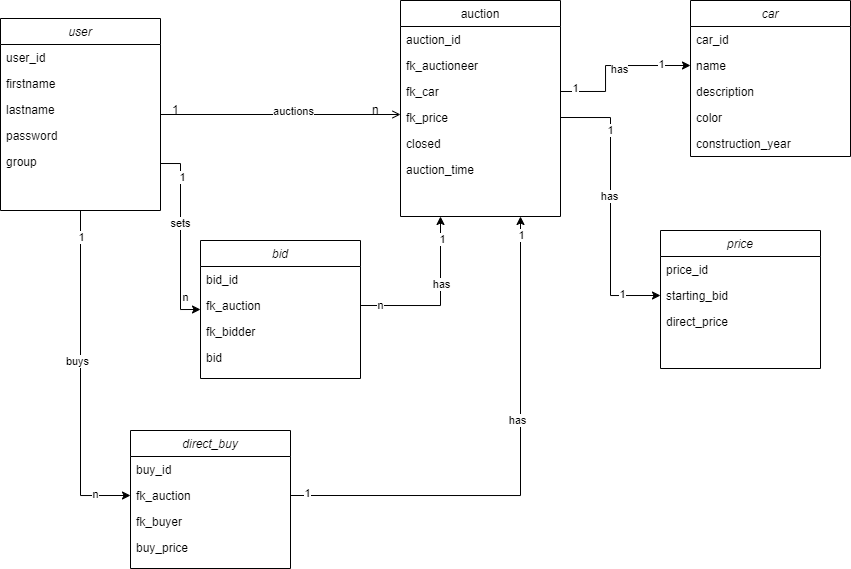
Before: doc/erd.png, a diagram exported from draw.io (NoahZiltener/M151-Project). Source tidied: cells renumbered, new cells last; positions are measured from the earlier drawing's top-left corner, leaving out a move shared by most shapes. Source of this version:
```xml
<mxGraphModel>
  <root>
    <mxCell id="0" />
    <mxCell id="1" parent="0" />
    <mxCell id="2" style="edgeStyle=orthogonalEdgeStyle;rounded=0;jettySize=auto;html=1;exitX=0.5;exitY=1;exitDx=0;exitDy=0;entryX=0;entryY=0.5;entryDx=0;entryDy=0;" parent="1" edge="1" source="6" target="40">
      <mxGeometry relative="1" as="geometry" />
    </mxCell>
    <mxCell id="3" value="1" style="edgeLabel;html=1;align=center;verticalAlign=middle;" parent="2" vertex="1">
      <mxGeometry x="-0.84" y="1" relative="1" as="geometry" />
    </mxCell>
    <mxCell id="4" value="n" style="edgeLabel;html=1;align=center;verticalAlign=middle;" parent="2" vertex="1">
      <mxGeometry x="0.79" y="1" relative="1" as="geometry" />
    </mxCell>
    <mxCell id="5" value="buys" style="edgeLabel;html=1;align=center;verticalAlign=middle;" parent="2" vertex="1">
      <mxGeometry x="-0.1" y="-3" relative="1" as="geometry" />
    </mxCell>
    <mxCell id="6" value="user" style="swimlane;fontStyle=2;align=center;verticalAlign=top;horizontal=1;startSize=26;rounded=0;shadow=0;strokeWidth=1;" parent="1" vertex="1">
      <mxGeometry y="18" width="160" height="192" as="geometry" />
    </mxCell>
    <mxCell id="7" value="user_id" style="text;align=left;verticalAlign=top;spacingLeft=4;spacingRight=4;overflow=hidden;rounded=0;shadow=0;html=0;" parent="6" vertex="1">
      <mxGeometry y="26" width="160" height="26" as="geometry" />
    </mxCell>
    <mxCell id="8" value="firstname" style="text;align=left;verticalAlign=top;spacingLeft=4;spacingRight=4;overflow=hidden;" parent="6" vertex="1">
      <mxGeometry y="52" width="160" height="26" as="geometry" />
    </mxCell>
    <mxCell id="9" value="lastname" style="text;align=left;verticalAlign=top;spacingLeft=4;spacingRight=4;overflow=hidden;rounded=0;shadow=0;html=0;" parent="6" vertex="1">
      <mxGeometry y="78" width="160" height="26" as="geometry" />
    </mxCell>
    <mxCell id="10" value="password" style="text;align=left;verticalAlign=top;spacingLeft=4;spacingRight=4;overflow=hidden;rounded=0;shadow=0;html=0;" parent="6" vertex="1">
      <mxGeometry y="104" width="160" height="26" as="geometry" />
    </mxCell>
    <mxCell id="11" value="group" style="text;align=left;verticalAlign=top;spacingLeft=4;spacingRight=4;overflow=hidden;points=[[0,0.5],[1,0.5]];portConstraint=eastwest;rounded=0;shadow=0;html=0;" parent="6" vertex="1">
      <mxGeometry y="130" width="160" height="30" as="geometry" />
    </mxCell>
    <mxCell id="12" value="auction" style="swimlane;fontStyle=0;align=center;verticalAlign=top;horizontal=1;startSize=26;rounded=0;shadow=0;strokeWidth=1;" parent="1" vertex="1">
      <mxGeometry x="400" width="160" height="216" as="geometry" />
    </mxCell>
    <mxCell id="13" value="auction_id" style="text;align=left;verticalAlign=top;spacingLeft=4;spacingRight=4;overflow=hidden;" parent="12" vertex="1">
      <mxGeometry y="26" width="160" height="26" as="geometry" />
    </mxCell>
    <mxCell id="14" value="fk_auctioneer" style="text;align=left;verticalAlign=top;spacingLeft=4;spacingRight=4;overflow=hidden;rounded=0;shadow=0;html=0;" parent="12" vertex="1">
      <mxGeometry y="52" width="160" height="26" as="geometry" />
    </mxCell>
    <mxCell id="15" value="fk_car" style="text;align=left;verticalAlign=top;spacingLeft=4;spacingRight=4;overflow=hidden;points=[[0,0.5],[1,0.5]];portConstraint=eastwest;rounded=0;shadow=0;html=0;" parent="12" vertex="1">
      <mxGeometry y="78" width="160" height="26" as="geometry" />
    </mxCell>
    <mxCell id="16" value="fk_price" style="text;align=left;verticalAlign=top;spacingLeft=4;spacingRight=4;overflow=hidden;points=[[0,0.5],[1,0.5]];portConstraint=eastwest;rounded=0;shadow=0;html=0;" parent="12" vertex="1">
      <mxGeometry y="104" width="160" height="26" as="geometry" />
    </mxCell>
    <mxCell id="17" value="closed" style="text;align=left;verticalAlign=top;spacingLeft=4;spacingRight=4;overflow=hidden;rounded=0;shadow=0;html=0;" parent="12" vertex="1">
      <mxGeometry y="130" width="160" height="26" as="geometry" />
    </mxCell>
    <mxCell id="18" value="auction_time" style="text;align=left;verticalAlign=top;spacingLeft=4;spacingRight=4;overflow=hidden;rounded=0;shadow=0;html=0;" parent="12" vertex="1">
      <mxGeometry y="156" width="160" height="26" as="geometry" />
    </mxCell>
    <mxCell id="19" style="endArrow=open;shadow=0;strokeWidth=1;rounded=0;endFill=1;edgeStyle=elbowEdgeStyle;elbow=vertical;" parent="1" edge="1" source="6" target="12">
      <mxGeometry x="0.5" y="41" relative="1" as="geometry">
        <mxPoint x="-40" y="32" as="offset" />
      </mxGeometry>
    </mxCell>
    <mxCell id="20" value="1" style="align=left;verticalAlign=bottom;labelBackgroundColor=none;fontSize=12;" parent="19" vertex="1">
      <mxGeometry x="-1" relative="1" as="geometry">
        <mxPoint x="10" y="4" as="offset" />
      </mxGeometry>
    </mxCell>
    <mxCell id="21" value="n" style="align=right;verticalAlign=bottom;labelBackgroundColor=none;fontSize=12;" parent="19" vertex="1">
      <mxGeometry x="1" relative="1" as="geometry">
        <mxPoint x="-20" y="4" as="offset" />
      </mxGeometry>
    </mxCell>
    <mxCell id="22" value="auctions" style="edgeLabel;html=1;align=center;verticalAlign=middle;" parent="19" vertex="1">
      <mxGeometry x="0.11" y="3" relative="1" as="geometry" />
    </mxCell>
    <mxCell id="23" value="car" style="swimlane;fontStyle=2;align=center;verticalAlign=top;horizontal=1;startSize=26;rounded=0;shadow=0;strokeWidth=1;" parent="1" vertex="1">
      <mxGeometry x="690" width="160" height="156" as="geometry" />
    </mxCell>
    <mxCell id="24" value="car_id" style="text;align=left;verticalAlign=top;spacingLeft=4;spacingRight=4;overflow=hidden;rounded=0;shadow=0;html=0;" parent="23" vertex="1">
      <mxGeometry y="26" width="160" height="26" as="geometry" />
    </mxCell>
    <mxCell id="25" value="name" style="text;align=left;verticalAlign=top;spacingLeft=4;spacingRight=4;overflow=hidden;points=[[0,0.5],[1,0.5]];portConstraint=eastwest;" parent="23" vertex="1">
      <mxGeometry y="52" width="160" height="26" as="geometry" />
    </mxCell>
    <mxCell id="26" value="description" style="text;align=left;verticalAlign=top;spacingLeft=4;spacingRight=4;overflow=hidden;rounded=0;shadow=0;html=0;" parent="23" vertex="1">
      <mxGeometry y="78" width="160" height="26" as="geometry" />
    </mxCell>
    <mxCell id="27" value="color" style="text;align=left;verticalAlign=top;spacingLeft=4;spacingRight=4;overflow=hidden;rounded=0;shadow=0;html=0;" parent="23" vertex="1">
      <mxGeometry y="104" width="160" height="26" as="geometry" />
    </mxCell>
    <mxCell id="28" value="construction_year" style="text;align=left;verticalAlign=top;spacingLeft=4;spacingRight=4;overflow=hidden;rounded=0;shadow=0;html=0;" parent="23" vertex="1">
      <mxGeometry y="130" width="160" height="26" as="geometry" />
    </mxCell>
    <mxCell id="29" value="price" style="swimlane;fontStyle=2;align=center;verticalAlign=top;horizontal=1;startSize=26;rounded=0;shadow=0;strokeWidth=1;" parent="1" vertex="1">
      <mxGeometry x="660" y="230" width="160" height="138" as="geometry" />
    </mxCell>
    <mxCell id="30" value="price_id" style="text;align=left;verticalAlign=top;spacingLeft=4;spacingRight=4;overflow=hidden;rounded=0;shadow=0;html=0;" parent="29" vertex="1">
      <mxGeometry y="26" width="160" height="26" as="geometry" />
    </mxCell>
    <mxCell id="31" value="starting_bid" style="text;align=left;verticalAlign=top;spacingLeft=4;spacingRight=4;overflow=hidden;points=[[0,0.5],[1,0.5]];portConstraint=eastwest;" parent="29" vertex="1">
      <mxGeometry y="52" width="160" height="26" as="geometry" />
    </mxCell>
    <mxCell id="32" value="direct_price" style="text;align=left;verticalAlign=top;spacingLeft=4;spacingRight=4;overflow=hidden;rounded=0;shadow=0;html=0;" parent="29" vertex="1">
      <mxGeometry y="78" width="160" height="26" as="geometry" />
    </mxCell>
    <mxCell id="33" value="bid" style="swimlane;fontStyle=2;align=center;verticalAlign=top;horizontal=1;startSize=26;rounded=0;shadow=0;strokeWidth=1;" parent="1" vertex="1">
      <mxGeometry x="200" y="240" width="160" height="138" as="geometry" />
    </mxCell>
    <mxCell id="34" value="bid_id" style="text;align=left;verticalAlign=top;spacingLeft=4;spacingRight=4;overflow=hidden;" parent="33" vertex="1">
      <mxGeometry y="26" width="160" height="26" as="geometry" />
    </mxCell>
    <mxCell id="35" value="fk_auction" style="text;align=left;verticalAlign=top;spacingLeft=4;spacingRight=4;overflow=hidden;points=[[0,0.5],[1,0.5]];portConstraint=eastwest;rounded=0;shadow=0;html=0;" parent="33" vertex="1">
      <mxGeometry y="52" width="160" height="26" as="geometry" />
    </mxCell>
    <mxCell id="36" value="fk_bidder" style="text;align=left;verticalAlign=top;spacingLeft=4;spacingRight=4;overflow=hidden;rounded=0;shadow=0;html=0;" parent="33" vertex="1">
      <mxGeometry y="78" width="160" height="26" as="geometry" />
    </mxCell>
    <mxCell id="37" value="bid" style="text;align=left;verticalAlign=top;spacingLeft=4;spacingRight=4;overflow=hidden;rounded=0;shadow=0;html=0;" parent="33" vertex="1">
      <mxGeometry y="104" width="160" height="26" as="geometry" />
    </mxCell>
    <mxCell id="38" value="direct_buy" style="swimlane;fontStyle=2;align=center;verticalAlign=top;horizontal=1;startSize=26;rounded=0;shadow=0;strokeWidth=1;" parent="1" vertex="1">
      <mxGeometry x="130" y="430" width="160" height="138" as="geometry" />
    </mxCell>
    <mxCell id="39" value="buy_id" style="text;align=left;verticalAlign=top;spacingLeft=4;spacingRight=4;overflow=hidden;" parent="38" vertex="1">
      <mxGeometry y="26" width="160" height="26" as="geometry" />
    </mxCell>
    <mxCell id="40" value="fk_auction" style="text;align=left;verticalAlign=top;spacingLeft=4;spacingRight=4;overflow=hidden;points=[[0,0.5],[1,0.5]];portConstraint=eastwest;rounded=0;shadow=0;html=0;" parent="38" vertex="1">
      <mxGeometry y="52" width="160" height="26" as="geometry" />
    </mxCell>
    <mxCell id="41" value="fk_buyer" style="text;align=left;verticalAlign=top;spacingLeft=4;spacingRight=4;overflow=hidden;points=[[0,0.5],[1,0.5]];portConstraint=eastwest;rounded=0;shadow=0;html=0;" parent="38" vertex="1">
      <mxGeometry y="78" width="160" height="26" as="geometry" />
    </mxCell>
    <mxCell id="42" value="buy_price" style="text;align=left;verticalAlign=top;spacingLeft=4;spacingRight=4;overflow=hidden;rounded=0;shadow=0;html=0;" parent="38" vertex="1">
      <mxGeometry y="104" width="160" height="26" as="geometry" />
    </mxCell>
    <mxCell id="43" style="edgeStyle=orthogonalEdgeStyle;rounded=0;jettySize=auto;html=1;exitX=1;exitY=0.5;exitDx=0;exitDy=0;entryX=0;entryY=0.5;entryDx=0;entryDy=0;" parent="1" edge="1" source="11" target="33">
      <mxGeometry relative="1" as="geometry">
        <Array as="points">
          <mxPoint x="180" y="163" />
          <mxPoint x="180" y="309" />
        </Array>
      </mxGeometry>
    </mxCell>
    <mxCell id="44" value="1" style="edgeLabel;html=1;align=center;verticalAlign=middle;" parent="43" vertex="1">
      <mxGeometry x="-0.64" y="2" relative="1" as="geometry" />
    </mxCell>
    <mxCell id="45" value="n" style="edgeLabel;html=1;align=center;verticalAlign=middle;" parent="43" vertex="1">
      <mxGeometry x="0.65" y="5" relative="1" as="geometry" />
    </mxCell>
    <mxCell id="46" value="sets" style="edgeLabel;html=1;align=center;verticalAlign=middle;" parent="43" vertex="1">
      <mxGeometry x="-0.15" relative="1" as="geometry" />
    </mxCell>
    <mxCell id="47" style="edgeStyle=orthogonalEdgeStyle;rounded=0;jettySize=auto;html=1;exitX=1;exitY=0.5;exitDx=0;exitDy=0;entryX=0;entryY=0.5;entryDx=0;entryDy=0;" parent="1" edge="1" source="15" target="25">
      <mxGeometry relative="1" as="geometry">
        <Array as="points">
          <mxPoint x="605" y="91" />
          <mxPoint x="605" y="65" />
        </Array>
      </mxGeometry>
    </mxCell>
    <mxCell id="48" value="1" style="edgeLabel;html=1;align=center;verticalAlign=middle;" parent="47" vertex="1">
      <mxGeometry x="-0.81" y="3" relative="1" as="geometry" />
    </mxCell>
    <mxCell id="49" value="1" style="edgeLabel;html=1;align=center;verticalAlign=middle;" parent="47" vertex="1">
      <mxGeometry x="0.62" y="1" relative="1" as="geometry" />
    </mxCell>
    <mxCell id="50" value="has" style="edgeLabel;html=1;align=center;verticalAlign=middle;" parent="47" vertex="1">
      <mxGeometry x="0.09" y="-4" relative="1" as="geometry" />
    </mxCell>
    <mxCell id="51" style="edgeStyle=orthogonalEdgeStyle;rounded=0;jettySize=auto;html=1;exitX=1;exitY=0.5;exitDx=0;exitDy=0;entryX=0;entryY=0.5;entryDx=0;entryDy=0;" parent="1" edge="1" source="16" target="31">
      <mxGeometry relative="1" as="geometry" />
    </mxCell>
    <mxCell id="52" value="1" style="edgeLabel;html=1;align=center;verticalAlign=middle;" parent="51" vertex="1">
      <mxGeometry x="-0.55" relative="1" as="geometry" />
    </mxCell>
    <mxCell id="53" value="1" style="edgeLabel;html=1;align=center;verticalAlign=middle;" parent="51" vertex="1">
      <mxGeometry x="0.72" y="1" relative="1" as="geometry" />
    </mxCell>
    <mxCell id="54" value="has" style="edgeLabel;html=1;align=center;verticalAlign=middle;" parent="51" vertex="1">
      <mxGeometry x="-0.08" y="-1" relative="1" as="geometry" />
    </mxCell>
    <mxCell id="55" style="edgeStyle=orthogonalEdgeStyle;rounded=0;jettySize=auto;html=1;exitX=1;exitY=0.5;exitDx=0;exitDy=0;entryX=0.75;entryY=1;entryDx=0;entryDy=0;" parent="1" edge="1" source="40" target="12">
      <mxGeometry relative="1" as="geometry" />
    </mxCell>
    <mxCell id="56" value="1" style="edgeLabel;html=1;align=center;verticalAlign=middle;" parent="55" vertex="1">
      <mxGeometry x="-0.93" y="2" relative="1" as="geometry" />
    </mxCell>
    <mxCell id="57" value="1" style="edgeLabel;html=1;align=center;verticalAlign=middle;" parent="55" vertex="1">
      <mxGeometry x="0.93" y="-1" relative="1" as="geometry" />
    </mxCell>
    <mxCell id="58" value="has" style="edgeLabel;html=1;align=center;verticalAlign=middle;" parent="55" vertex="1">
      <mxGeometry x="0.2" y="3" relative="1" as="geometry" />
    </mxCell>
    <mxCell id="59" value="n" style="edgeStyle=orthogonalEdgeStyle;rounded=0;jettySize=auto;html=1;exitX=1;exitY=0.5;exitDx=0;exitDy=0;entryX=0.25;entryY=1;entryDx=0;entryDy=0;" parent="1" edge="1" source="35" target="12">
      <mxGeometry x="-0.76" relative="1" as="geometry" />
    </mxCell>
    <mxCell id="60" value="1" style="edgeLabel;html=1;align=center;verticalAlign=middle;" parent="59" vertex="1">
      <mxGeometry x="0.73" y="-2" relative="1" as="geometry" />
    </mxCell>
    <mxCell id="61" value="has" style="edgeLabel;html=1;align=center;verticalAlign=middle;" parent="59" vertex="1">
      <mxGeometry x="0.2" y="-1" relative="1" as="geometry" />
    </mxCell>
  </root>
</mxGraphModel>
```
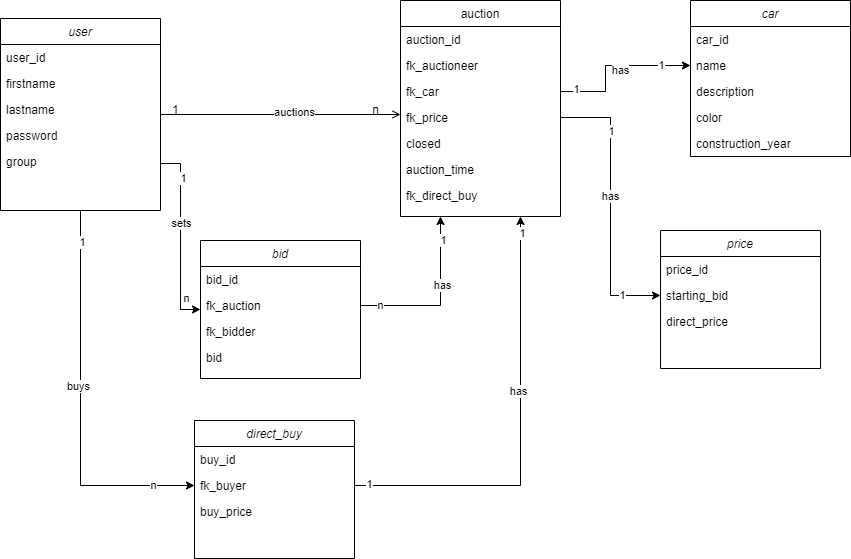
After the commit.

Change to the diagram source:
```diff
@@ -2,7 +2,7 @@
   <root>
     <mxCell id="0" />
     <mxCell id="1" parent="0" />
-    <mxCell id="2" style="edgeStyle=orthogonalEdgeStyle;rounded=0;jettySize=auto;html=1;exitX=0.5;exitY=1;exitDx=0;exitDy=0;entryX=0;entryY=0.5;entryDx=0;entryDy=0;" parent="1" edge="1" source="6" target="40">
+    <mxCell id="2" style="edgeStyle=orthogonalEdgeStyle;rounded=0;jettySize=auto;html=1;exitX=0.5;exitY=1;exitDx=0;exitDy=0;entryX=0;entryY=0.5;entryDx=0;entryDy=0;" parent="1" edge="1" source="6" target="41">
       <mxGeometry relative="1" as="geometry" />
     </mxCell>
     <mxCell id="3" value="1" style="edgeLabel;html=1;align=center;verticalAlign=middle;" parent="2" vertex="1">
@@ -53,6 +53,9 @@
     <mxCell id="18" value="auction_time" style="text;align=left;verticalAlign=top;spacingLeft=4;spacingRight=4;overflow=hidden;rounded=0;shadow=0;html=0;" parent="12" vertex="1">
       <mxGeometry y="156" width="160" height="26" as="geometry" />
     </mxCell>
+    <mxCell id="40" value="fk_direct_buy" style="text;align=left;verticalAlign=top;spacingLeft=4;spacingRight=4;overflow=hidden;points=[[0,0.5],[1,0.5]];portConstraint=eastwest;rounded=0;shadow=0;html=0;" parent="12" vertex="1">
+      <mxGeometry y="182" width="160" height="26" as="geometry" />
+    </mxCell>
     <mxCell id="19" style="endArrow=open;shadow=0;strokeWidth=1;rounded=0;endFill=1;edgeStyle=elbowEdgeStyle;elbow=vertical;" parent="1" edge="1" source="6" target="12">
       <mxGeometry x="0.5" y="41" relative="1" as="geometry">
         <mxPoint x="-40" y="32" as="offset" />
@@ -117,19 +120,16 @@
       <mxGeometry y="104" width="160" height="26" as="geometry" />
     </mxCell>
     <mxCell id="38" value="direct_buy" style="swimlane;fontStyle=2;align=center;verticalAlign=top;horizontal=1;startSize=26;rounded=0;shadow=0;strokeWidth=1;" parent="1" vertex="1">
-      <mxGeometry x="130" y="430" width="160" height="138" as="geometry" />
+      <mxGeometry x="194" y="420" width="160" height="138" as="geometry" />
     </mxCell>
     <mxCell id="39" value="buy_id" style="text;align=left;verticalAlign=top;spacingLeft=4;spacingRight=4;overflow=hidden;" parent="38" vertex="1">
       <mxGeometry y="26" width="160" height="26" as="geometry" />
     </mxCell>
-    <mxCell id="40" value="fk_auction" style="text;align=left;verticalAlign=top;spacingLeft=4;spacingRight=4;overflow=hidden;points=[[0,0.5],[1,0.5]];portConstraint=eastwest;rounded=0;shadow=0;html=0;" parent="38" vertex="1">
-      <mxGeometry y="52" width="160" height="26" as="geometry" />
-    </mxCell>
     <mxCell id="41" value="fk_buyer" style="text;align=left;verticalAlign=top;spacingLeft=4;spacingRight=4;overflow=hidden;points=[[0,0.5],[1,0.5]];portConstraint=eastwest;rounded=0;shadow=0;html=0;" parent="38" vertex="1">
-      <mxGeometry y="78" width="160" height="26" as="geometry" />
+      <mxGeometry y="52" width="160" height="26" as="geometry" />
     </mxCell>
     <mxCell id="42" value="buy_price" style="text;align=left;verticalAlign=top;spacingLeft=4;spacingRight=4;overflow=hidden;rounded=0;shadow=0;html=0;" parent="38" vertex="1">
-      <mxGeometry y="104" width="160" height="26" as="geometry" />
+      <mxGeometry y="78" width="160" height="26" as="geometry" />
     </mxCell>
     <mxCell id="43" style="edgeStyle=orthogonalEdgeStyle;rounded=0;jettySize=auto;html=1;exitX=1;exitY=0.5;exitDx=0;exitDy=0;entryX=0;entryY=0.5;entryDx=0;entryDy=0;" parent="1" edge="1" source="11" target="33">
       <mxGeometry relative="1" as="geometry">
@@ -177,7 +177,7 @@
     <mxCell id="54" value="has" style="edgeLabel;html=1;align=center;verticalAlign=middle;" parent="51" vertex="1">
       <mxGeometry x="-0.08" y="-1" relative="1" as="geometry" />
     </mxCell>
-    <mxCell id="55" style="edgeStyle=orthogonalEdgeStyle;rounded=0;jettySize=auto;html=1;exitX=1;exitY=0.5;exitDx=0;exitDy=0;entryX=0.75;entryY=1;entryDx=0;entryDy=0;" parent="1" edge="1" source="40" target="12">
+    <mxCell id="55" style="edgeStyle=orthogonalEdgeStyle;rounded=0;jettySize=auto;html=1;exitX=1;exitY=0.5;exitDx=0;exitDy=0;entryX=0.75;entryY=1;entryDx=0;entryDy=0;" parent="1" edge="1" source="41" target="12">
       <mxGeometry relative="1" as="geometry" />
     </mxCell>
     <mxCell id="56" value="1" style="edgeLabel;html=1;align=center;verticalAlign=middle;" parent="55" vertex="1">
```
